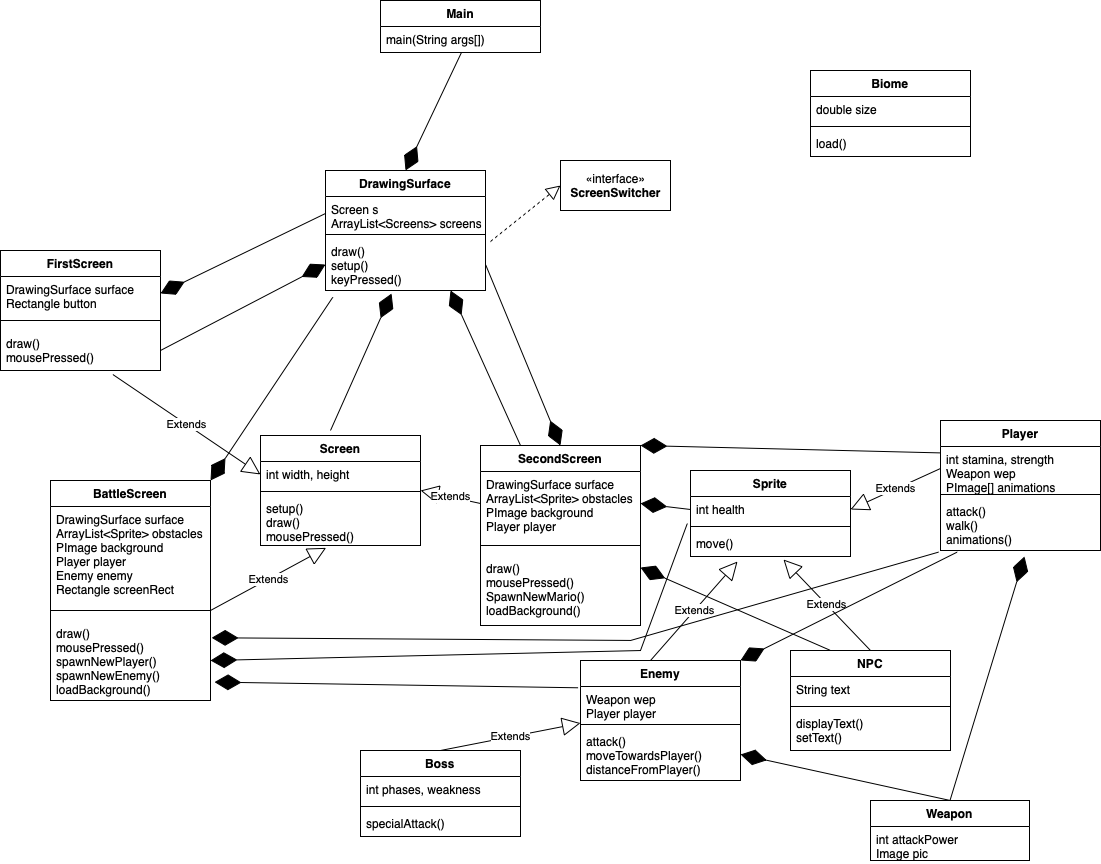
HHSAPCompSci2021/capstoneproject-capstone-ashwin-ido-bagel keeps this draw.io diagram as CapstoneProject/doc/UML Capstone - Ashwin & Ido.drawio.png. Above is the earlier version. Source tidied: cells renumbered, new cells last; positions are measured from the earlier drawing's top-left corner, leaving out a move shared by most shapes.
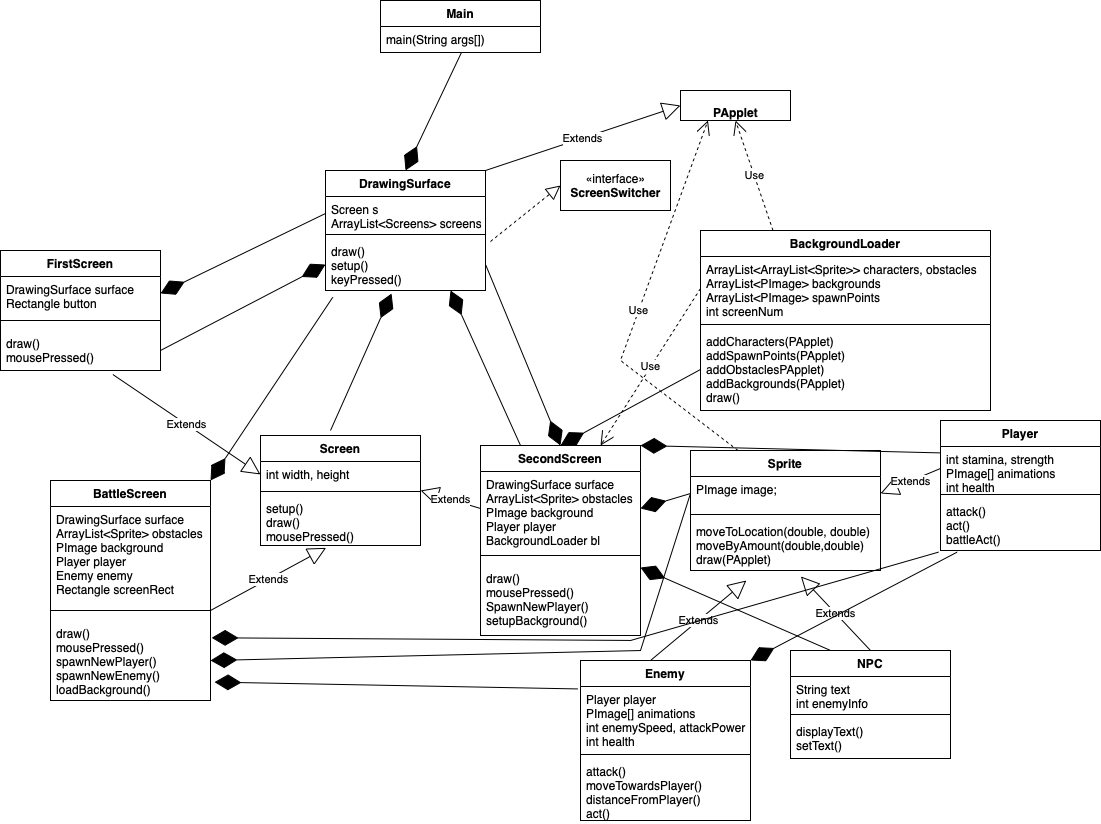
Later version of the same file.

Diff of the diagram source:
```diff
@@ -2,53 +2,41 @@
   <root>
     <mxCell id="0" />
     <mxCell id="1" parent="0" />
-    <mxCell id="2" value="Biome" style="swimlane;fontStyle=1;align=center;verticalAlign=top;horizontal=1;startSize=26;" parent="1" vertex="1">
-      <mxGeometry x="810" y="70" width="160" height="86" as="geometry" />
-    </mxCell>
-    <mxCell id="3" value="double size" style="text;strokeColor=none;fillColor=none;align=left;verticalAlign=top;spacingLeft=4;spacingRight=4;overflow=hidden;" parent="2" vertex="1">
-      <mxGeometry y="26" width="160" height="26" as="geometry" />
-    </mxCell>
-    <mxCell id="4" style="line;strokeWidth=1;fillColor=none;align=left;verticalAlign=middle;spacingTop=-1;spacingLeft=3;spacingRight=3;labelPosition=right;" parent="2" vertex="1">
-      <mxGeometry y="52" width="160" height="8" as="geometry" />
-    </mxCell>
-    <mxCell id="5" value="load()" style="text;strokeColor=none;fillColor=none;align=left;verticalAlign=top;spacingLeft=4;spacingRight=4;overflow=hidden;" parent="2" vertex="1">
-      <mxGeometry y="60" width="160" height="26" as="geometry" />
-    </mxCell>
     <mxCell id="6" value="Sprite" style="swimlane;fontStyle=1;align=center;verticalAlign=top;horizontal=1;startSize=26;" parent="1" vertex="1">
-      <mxGeometry x="690" y="470" width="160" height="86" as="geometry" />
+      <mxGeometry x="690" y="450" width="190" height="120" as="geometry" />
     </mxCell>
-    <mxCell id="7" value="int health" style="text;strokeColor=none;fillColor=none;align=left;verticalAlign=top;spacingLeft=4;spacingRight=4;overflow=hidden;points=[[0,0.5],[1,0.5]];portConstraint=eastwest;" parent="6" vertex="1">
-      <mxGeometry y="26" width="160" height="26" as="geometry" />
+    <mxCell id="7" value="PImage image;" style="text;strokeColor=none;fillColor=none;align=left;verticalAlign=top;spacingLeft=4;spacingRight=4;overflow=hidden;points=[[0,0.5],[1,0.5]];portConstraint=eastwest;" parent="6" vertex="1">
+      <mxGeometry y="26" width="190" height="34" as="geometry" />
     </mxCell>
     <mxCell id="8" style="line;strokeWidth=1;fillColor=none;align=left;verticalAlign=middle;spacingTop=-1;spacingLeft=3;spacingRight=3;labelPosition=right;" parent="6" vertex="1">
-      <mxGeometry y="52" width="160" height="8" as="geometry" />
+      <mxGeometry y="60" width="190" height="8" as="geometry" />
     </mxCell>
-    <mxCell id="9" value="move()" style="text;strokeColor=none;fillColor=none;align=left;verticalAlign=top;spacingLeft=4;spacingRight=4;overflow=hidden;points=[[0,0.5],[1,0.5]];portConstraint=eastwest;" parent="6" vertex="1">
-      <mxGeometry y="60" width="160" height="26" as="geometry" />
+    <mxCell id="9" value="moveToLocation(double, double)&#10;moveByAmount(double,double)&#10;draw(PApplet)" style="text;strokeColor=none;fillColor=none;align=left;verticalAlign=top;spacingLeft=4;spacingRight=4;overflow=hidden;points=[[0,0.5],[1,0.5]];portConstraint=eastwest;" parent="6" vertex="1">
+      <mxGeometry y="68" width="190" height="52" as="geometry" />
     </mxCell>
     <mxCell id="10" value="Enemy" style="swimlane;fontStyle=1;align=center;verticalAlign=top;horizontal=1;startSize=26;" parent="1" vertex="1">
-      <mxGeometry x="580" y="660" width="160" height="120" as="geometry" />
+      <mxGeometry x="580" y="660" width="170" height="160" as="geometry" />
     </mxCell>
-    <mxCell id="11" value="Weapon wep&#10;Player player" style="text;strokeColor=none;fillColor=none;align=left;verticalAlign=top;spacingLeft=4;spacingRight=4;overflow=hidden;points=[[0,0.5],[1,0.5]];portConstraint=eastwest;" parent="10" vertex="1">
-      <mxGeometry y="26" width="160" height="34" as="geometry" />
+    <mxCell id="11" value="Player player&#10;PImage[] animations&#10;int enemySpeed, attackPower&#10;int health" style="text;strokeColor=none;fillColor=none;align=left;verticalAlign=top;spacingLeft=4;spacingRight=4;overflow=hidden;points=[[0,0.5],[1,0.5]];portConstraint=eastwest;" parent="10" vertex="1">
+      <mxGeometry y="26" width="170" height="64" as="geometry" />
     </mxCell>
     <mxCell id="12" style="line;strokeWidth=1;fillColor=none;align=left;verticalAlign=middle;spacingTop=-1;spacingLeft=3;spacingRight=3;labelPosition=right;" parent="10" vertex="1">
-      <mxGeometry y="60" width="160" height="8" as="geometry" />
+      <mxGeometry y="90" width="170" height="8" as="geometry" />
     </mxCell>
-    <mxCell id="13" value="attack()&#10;moveTowardsPlayer()&#10;distanceFromPlayer()" style="text;strokeColor=none;fillColor=none;align=left;verticalAlign=top;spacingLeft=4;spacingRight=4;overflow=hidden;points=[[0,0.5],[1,0.5]];portConstraint=eastwest;" parent="10" vertex="1">
-      <mxGeometry y="68" width="160" height="52" as="geometry" />
+    <mxCell id="13" value="attack()&#10;moveTowardsPlayer()&#10;distanceFromPlayer()&#10;act()" style="text;strokeColor=none;fillColor=none;align=left;verticalAlign=top;spacingLeft=4;spacingRight=4;overflow=hidden;points=[[0,0.5],[1,0.5]];portConstraint=eastwest;" parent="10" vertex="1">
+      <mxGeometry y="98" width="170" height="62" as="geometry" />
     </mxCell>
     <mxCell id="14" value="NPC" style="swimlane;fontStyle=1;align=center;verticalAlign=top;horizontal=1;startSize=26;" parent="1" vertex="1">
-      <mxGeometry x="790" y="650" width="160" height="100" as="geometry" />
+      <mxGeometry x="790" y="650" width="160" height="108" as="geometry" />
     </mxCell>
-    <mxCell id="15" value="String text" style="text;strokeColor=none;fillColor=none;align=left;verticalAlign=top;spacingLeft=4;spacingRight=4;overflow=hidden;" parent="14" vertex="1">
-      <mxGeometry y="26" width="160" height="26" as="geometry" />
+    <mxCell id="15" value="String text&#10;int enemyInfo" style="text;strokeColor=none;fillColor=none;align=left;verticalAlign=top;spacingLeft=4;spacingRight=4;overflow=hidden;" parent="14" vertex="1">
+      <mxGeometry y="26" width="160" height="34" as="geometry" />
     </mxCell>
     <mxCell id="16" style="line;strokeWidth=1;fillColor=none;align=left;verticalAlign=middle;spacingTop=-1;spacingLeft=3;spacingRight=3;labelPosition=right;" parent="14" vertex="1">
-      <mxGeometry y="52" width="160" height="8" as="geometry" />
+      <mxGeometry y="60" width="160" height="8" as="geometry" />
     </mxCell>
     <mxCell id="17" value="displayText()&#10;setText()" style="text;strokeColor=none;fillColor=none;align=left;verticalAlign=top;spacingLeft=4;spacingRight=4;overflow=hidden;" parent="14" vertex="1">
-      <mxGeometry y="60" width="160" height="40" as="geometry" />
+      <mxGeometry y="68" width="160" height="40" as="geometry" />
     </mxCell>
     <mxCell id="18" value="Extends" style="endArrow=block;endSize=16;endFill=0;html=1;rounded=0;exitX=0.5;exitY=0;exitDx=0;exitDy=0;entryX=0.294;entryY=1.192;entryDx=0;entryDy=0;entryPerimeter=0;" parent="1" edge="1" target="9">
       <mxGeometry relative="1" as="geometry">
@@ -58,47 +46,32 @@
     <mxCell id="19" value="Extends" style="endArrow=block;endSize=16;endFill=0;html=1;rounded=0;exitX=0.5;exitY=0;exitDx=0;exitDy=0;entryX=0.581;entryY=1.115;entryDx=0;entryDy=0;entryPerimeter=0;" parent="1" edge="1" source="14" target="9">
       <mxGeometry relative="1" as="geometry" />
     </mxCell>
-    <mxCell id="20" value="Extends" style="endArrow=block;endSize=16;endFill=0;html=1;rounded=0;entryX=0;entryY=1.077;entryDx=0;entryDy=0;entryPerimeter=0;exitX=0.5;exitY=0;exitDx=0;exitDy=0;" parent="1" edge="1" source="21" target="11">
-      <mxGeometry relative="1" as="geometry" />
-    </mxCell>
-    <mxCell id="21" value="Boss" style="swimlane;fontStyle=1;align=center;verticalAlign=top;horizontal=1;startSize=26;" parent="1" vertex="1">
-      <mxGeometry x="360" y="750" width="160" height="86" as="geometry" />
-    </mxCell>
-    <mxCell id="22" value="int phases, weakness" style="text;strokeColor=none;fillColor=none;align=left;verticalAlign=top;spacingLeft=4;spacingRight=4;overflow=hidden;" parent="21" vertex="1">
-      <mxGeometry y="26" width="160" height="26" as="geometry" />
-    </mxCell>
-    <mxCell id="23" style="line;strokeWidth=1;fillColor=none;align=left;verticalAlign=middle;spacingTop=-1;spacingLeft=3;spacingRight=3;labelPosition=right;" parent="21" vertex="1">
-      <mxGeometry y="52" width="160" height="8" as="geometry" />
-    </mxCell>
-    <mxCell id="24" value="specialAttack()" style="text;strokeColor=none;fillColor=none;align=left;verticalAlign=top;spacingLeft=4;spacingRight=4;overflow=hidden;" parent="21" vertex="1">
-      <mxGeometry y="60" width="160" height="26" as="geometry" />
-    </mxCell>
     <mxCell id="25" value="Player" style="swimlane;fontStyle=1;align=center;verticalAlign=top;horizontal=1;startSize=26;" parent="1" vertex="1">
       <mxGeometry x="940" y="420" width="160" height="130" as="geometry" />
     </mxCell>
-    <mxCell id="26" value="int stamina, strength &#10;Weapon wep&#10;PImage[] animations" style="text;strokeColor=none;fillColor=none;align=left;verticalAlign=top;spacingLeft=4;spacingRight=4;overflow=hidden;points=[[0,0.5],[1,0.5]];portConstraint=eastwest;" parent="25" vertex="1">
+    <mxCell id="26" value="int stamina, strength &#10;PImage[] animations&#10;int health" style="text;strokeColor=none;fillColor=none;align=left;verticalAlign=top;spacingLeft=4;spacingRight=4;overflow=hidden;points=[[0,0.5],[1,0.5]];portConstraint=eastwest;" parent="25" vertex="1">
       <mxGeometry y="26" width="160" height="44" as="geometry" />
     </mxCell>
     <mxCell id="27" style="line;strokeWidth=1;fillColor=none;align=left;verticalAlign=middle;spacingTop=-1;spacingLeft=3;spacingRight=3;labelPosition=right;" parent="25" vertex="1">
       <mxGeometry y="70" width="160" height="8" as="geometry" />
     </mxCell>
-    <mxCell id="28" value="attack()&#10;walk()&#10;animations()" style="text;strokeColor=none;fillColor=none;align=left;verticalAlign=top;spacingLeft=4;spacingRight=4;overflow=hidden;points=[[0,0.5],[1,0.5]];portConstraint=eastwest;" parent="25" vertex="1">
+    <mxCell id="28" value="attack()&#10;act()&#10;battleAct()" style="text;strokeColor=none;fillColor=none;align=left;verticalAlign=top;spacingLeft=4;spacingRight=4;overflow=hidden;points=[[0,0.5],[1,0.5]];portConstraint=eastwest;" parent="25" vertex="1">
       <mxGeometry y="78" width="160" height="52" as="geometry" />
     </mxCell>
     <mxCell id="29" value="Extends" style="endArrow=block;endSize=16;endFill=0;html=1;rounded=0;entryX=1;entryY=0.5;entryDx=0;entryDy=0;exitX=0;exitY=0.5;exitDx=0;exitDy=0;" parent="1" edge="1" source="26" target="7">
       <mxGeometry relative="1" as="geometry" />
     </mxCell>
     <mxCell id="30" value="SecondScreen" style="swimlane;fontStyle=1;align=center;verticalAlign=top;horizontal=1;startSize=26;" parent="1" vertex="1">
-      <mxGeometry x="480" y="445" width="160" height="180" as="geometry" />
+      <mxGeometry x="480" y="445" width="160" height="190" as="geometry" />
     </mxCell>
-    <mxCell id="31" value="DrawingSurface surface&#10;ArrayList&lt;Sprite&gt; obstacles&#10;PImage background&#10;Player player" style="text;strokeColor=none;fillColor=none;align=left;verticalAlign=top;spacingLeft=4;spacingRight=4;overflow=hidden;points=[[0,0.5],[1,0.5]];portConstraint=eastwest;" parent="30" vertex="1">
-      <mxGeometry y="26" width="160" height="64" as="geometry" />
+    <mxCell id="31" value="DrawingSurface surface&#10;ArrayList&lt;Sprite&gt; obstacles&#10;PImage background&#10;Player player&#10;BackgroundLoader bl" style="text;strokeColor=none;fillColor=none;align=left;verticalAlign=top;spacingLeft=4;spacingRight=4;overflow=hidden;points=[[0,0.5],[1,0.5]];portConstraint=eastwest;" parent="30" vertex="1">
+      <mxGeometry y="26" width="160" height="74" as="geometry" />
     </mxCell>
     <mxCell id="32" style="line;strokeWidth=1;fillColor=none;align=left;verticalAlign=middle;spacingTop=-1;spacingLeft=3;spacingRight=3;labelPosition=right;" parent="30" vertex="1">
-      <mxGeometry y="90" width="160" height="20" as="geometry" />
+      <mxGeometry y="100" width="160" height="20" as="geometry" />
     </mxCell>
-    <mxCell id="33" value="draw()&#10;mousePressed()&#10;SpawnNewMario()&#10;loadBackground()" style="text;strokeColor=none;fillColor=none;align=left;verticalAlign=top;spacingLeft=4;spacingRight=4;overflow=hidden;" parent="30" vertex="1">
-      <mxGeometry y="110" width="160" height="70" as="geometry" />
+    <mxCell id="33" value="draw()&#10;mousePressed()&#10;SpawnNewPlayer()&#10;setupBackground()" style="text;strokeColor=none;fillColor=none;align=left;verticalAlign=top;spacingLeft=4;spacingRight=4;overflow=hidden;" parent="30" vertex="1">
+      <mxGeometry y="120" width="160" height="70" as="geometry" />
     </mxCell>
     <mxCell id="34" value="«interface»&lt;br&gt;&lt;b&gt;ScreenSwitcher&lt;/b&gt;" style="html=1;" parent="1" vertex="1">
       <mxGeometry x="560" y="160" width="110" height="50" as="geometry" />
@@ -123,12 +96,6 @@
     <mxCell id="40" value="draw()&#10;setup()&#10;keyPressed()" style="text;strokeColor=none;fillColor=none;align=left;verticalAlign=top;spacingLeft=4;spacingRight=4;overflow=hidden;points=[[0,0.5],[1,0.5]];portConstraint=eastwest;" parent="37" vertex="1">
       <mxGeometry y="68" width="160" height="52" as="geometry" />
     </mxCell>
-    <mxCell id="41" value="Weapon" style="swimlane;fontStyle=1;align=center;verticalAlign=top;horizontal=1;startSize=26;" parent="1" vertex="1">
-      <mxGeometry x="870" y="800" width="159" height="60" as="geometry" />
-    </mxCell>
-    <mxCell id="42" value="int attackPower&#10;Image pic" style="text;strokeColor=none;fillColor=none;align=left;verticalAlign=top;spacingLeft=4;spacingRight=4;overflow=hidden;" parent="41" vertex="1">
-      <mxGeometry y="26" width="159" height="34" as="geometry" />
-    </mxCell>
     <mxCell id="43" value="Main" style="swimlane;fontStyle=1;align=center;verticalAlign=top;horizontal=1;startSize=26;" parent="1" vertex="1">
       <mxGeometry x="380" width="160" height="52" as="geometry" />
     </mxCell>
@@ -155,12 +122,6 @@
     <mxCell id="50" style="endArrow=diamondThin;endFill=1;endSize=24;html=1;rounded=0;entryX=1;entryY=0.5;entryDx=0;entryDy=0;exitX=0;exitY=0.5;exitDx=0;exitDy=0;" parent="1" edge="1" source="7" target="31">
       <mxGeometry relative="1" as="geometry" />
     </mxCell>
-    <mxCell id="51" style="endArrow=diamondThin;endFill=1;endSize=24;html=1;rounded=0;exitX=0.5;exitY=0;exitDx=0;exitDy=0;entryX=1;entryY=0.5;entryDx=0;entryDy=0;" parent="1" edge="1" source="41" target="13">
-      <mxGeometry relative="1" as="geometry" />
-    </mxCell>
-    <mxCell id="52" style="endArrow=diamondThin;endFill=1;endSize=24;html=1;rounded=0;exitX=0.5;exitY=0;exitDx=0;exitDy=0;entryX=0.525;entryY=1.115;entryDx=0;entryDy=0;entryPerimeter=0;" parent="1" edge="1" source="41" target="28">
-      <mxGeometry relative="1" as="geometry" />
-    </mxCell>
     <mxCell id="53" style="endArrow=diamondThin;endFill=1;endSize=24;html=1;rounded=0;exitX=0.506;exitY=1;exitDx=0;exitDy=0;exitPerimeter=0;entryX=0.5;entryY=0;entryDx=0;entryDy=0;" parent="1" edge="1" source="44" target="37">
       <mxGeometry relative="1" as="geometry" />
     </mxCell>
@@ -234,12 +195,46 @@
     <mxCell id="73" style="endArrow=diamondThin;endFill=1;endSize=24;html=1;rounded=0;exitX=0.105;exitY=1.03;exitDx=0;exitDy=0;entryX=1;entryY=0;entryDx=0;entryDy=0;exitPerimeter=0;" parent="1" edge="1" source="28" target="10">
       <mxGeometry relative="1" as="geometry" />
     </mxCell>
-    <mxCell id="74" style="endArrow=diamondThin;endFill=1;endSize=24;html=1;rounded=0;exitX=-0.02;exitY=-0.269;exitDx=0;exitDy=0;exitPerimeter=0;entryX=1;entryY=0.5;entryDx=0;entryDy=0;" parent="1" edge="1" source="9" target="67">
+    <mxCell id="74" style="endArrow=diamondThin;endFill=1;endSize=24;html=1;rounded=0;exitX=0;exitY=0.5;exitDx=0;exitDy=0;entryX=1;entryY=0.5;entryDx=0;entryDy=0;" parent="1" edge="1" source="7" target="67">
       <mxGeometry relative="1" as="geometry">
         <Array as="points">
           <mxPoint x="640" y="650" />
         </Array>
       </mxGeometry>
     </mxCell>
+    <mxCell id="75" value="BackgroundLoader" style="swimlane;fontStyle=1;align=center;verticalAlign=top;horizontal=1;startSize=26;" parent="1" vertex="1">
+      <mxGeometry x="700" y="230" width="290" height="180" as="geometry" />
+    </mxCell>
+    <mxCell id="76" value="ArrayList&lt;ArrayList&lt;Sprite&gt;&gt; characters, obstacles&#10;ArrayList&lt;PImage&gt; backgrounds&#10;ArrayList&lt;PImage&gt; spawnPoints&#10;int screenNum" style="text;strokeColor=none;fillColor=none;align=left;verticalAlign=top;spacingLeft=4;spacingRight=4;overflow=hidden;points=[[0,0.5],[1,0.5]];portConstraint=eastwest;" parent="75" vertex="1">
+      <mxGeometry y="26" width="290" height="64" as="geometry" />
+    </mxCell>
+    <mxCell id="77" style="line;strokeWidth=1;fillColor=none;align=left;verticalAlign=middle;spacingTop=-1;spacingLeft=3;spacingRight=3;labelPosition=right;" parent="75" vertex="1">
+      <mxGeometry y="90" width="290" height="8" as="geometry" />
+    </mxCell>
+    <mxCell id="78" value="addCharacters(PApplet)&#10;addSpawnPoints(PApplet)&#10;addObstaclesPApplet)&#10;addBackgrounds(PApplet)&#10;draw()" style="text;strokeColor=none;fillColor=none;align=left;verticalAlign=top;spacingLeft=4;spacingRight=4;overflow=hidden;points=[[0,0.5],[1,0.5]];portConstraint=eastwest;" parent="75" vertex="1">
+      <mxGeometry y="98" width="290" height="82" as="geometry" />
+    </mxCell>
+    <mxCell id="79" value="Use" style="endArrow=open;endSize=12;dashed=1;html=1;rounded=0;exitX=0.25;exitY=0;exitDx=0;exitDy=0;entryX=0.5;entryY=1;entryDx=0;entryDy=0;" parent="1" edge="1" source="75" target="80">
+      <mxGeometry relative="1" as="geometry" />
+    </mxCell>
+    <mxCell id="80" value="&lt;br&gt;&lt;b&gt;PApplet&lt;/b&gt;" style="html=1;" parent="1" vertex="1">
+      <mxGeometry x="680" y="90" width="110" height="30" as="geometry" />
+    </mxCell>
+    <mxCell id="20" value="Extends" style="endArrow=block;endSize=16;endFill=0;html=1;rounded=0;exitX=1;exitY=0;exitDx=0;exitDy=0;entryX=0;entryY=0.5;entryDx=0;entryDy=0;" parent="1" edge="1" source="37" target="80">
+      <mxGeometry relative="1" as="geometry" />
+    </mxCell>
+    <mxCell id="81" value="Use" style="endArrow=open;endSize=12;dashed=1;html=1;rounded=0;exitX=0;exitY=0.5;exitDx=0;exitDy=0;entryX=0.75;entryY=0;entryDx=0;entryDy=0;" parent="1" edge="1" source="76" target="30">
+      <mxGeometry relative="1" as="geometry" />
+    </mxCell>
+    <mxCell id="82" style="endArrow=diamondThin;endFill=1;endSize=24;html=1;rounded=0;entryX=0.5;entryY=0;entryDx=0;entryDy=0;exitX=0;exitY=0.5;exitDx=0;exitDy=0;" parent="1" edge="1" source="78" target="30">
+      <mxGeometry relative="1" as="geometry" />
+    </mxCell>
+    <mxCell id="83" value="Use" style="endArrow=open;endSize=12;dashed=1;html=1;rounded=0;exitX=0.25;exitY=0;exitDx=0;exitDy=0;entryX=0.25;entryY=1;entryDx=0;entryDy=0;" parent="1" edge="1" source="6" target="80">
+      <mxGeometry relative="1" as="geometry">
+        <Array as="points">
+          <mxPoint x="620" y="360" />
+        </Array>
+      </mxGeometry>
+    </mxCell>
   </root>
 </mxGraphModel>
```
